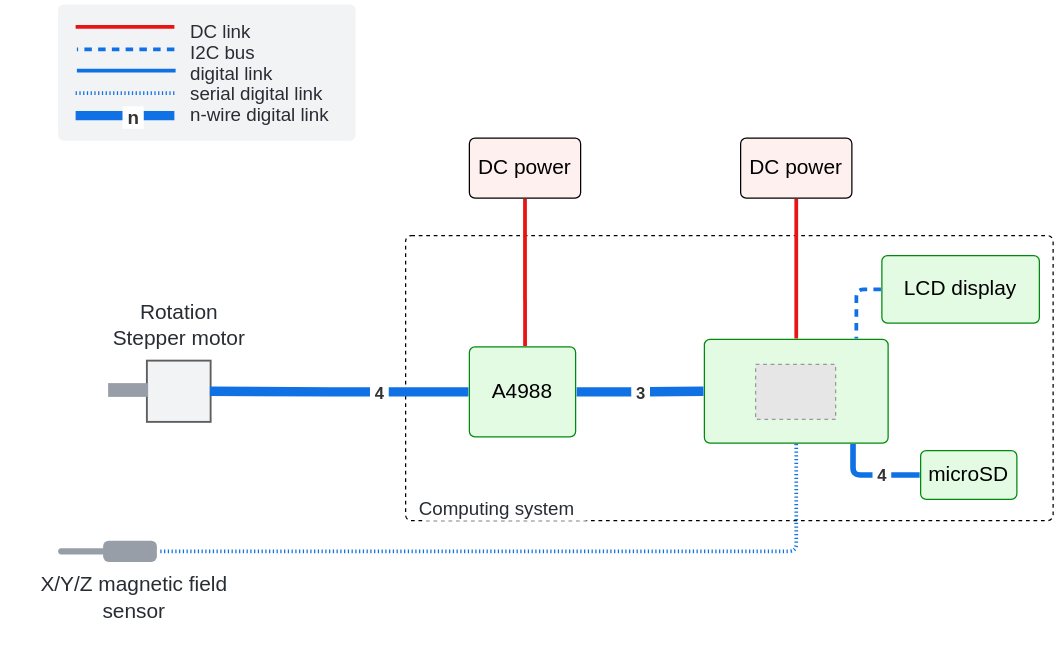
This is page "Synoptic" (3 of 3) of Diagrams/Rotor magnetic field measurement bench.drawio from cjlux/Banc-Mesure-Rotor, a draw.io file, before an edit. Source tidied: cells renumbered, new cells numbered last; positions are measured from the earlier drawing's top-left corner, leaving out a move shared by most shapes. Both pictures are drawn from the tidied source at 125%, with x=0, y=0 at pixel (21, 4). Pictures stored in the file or linked from it are replaced by grey dashed boxes.
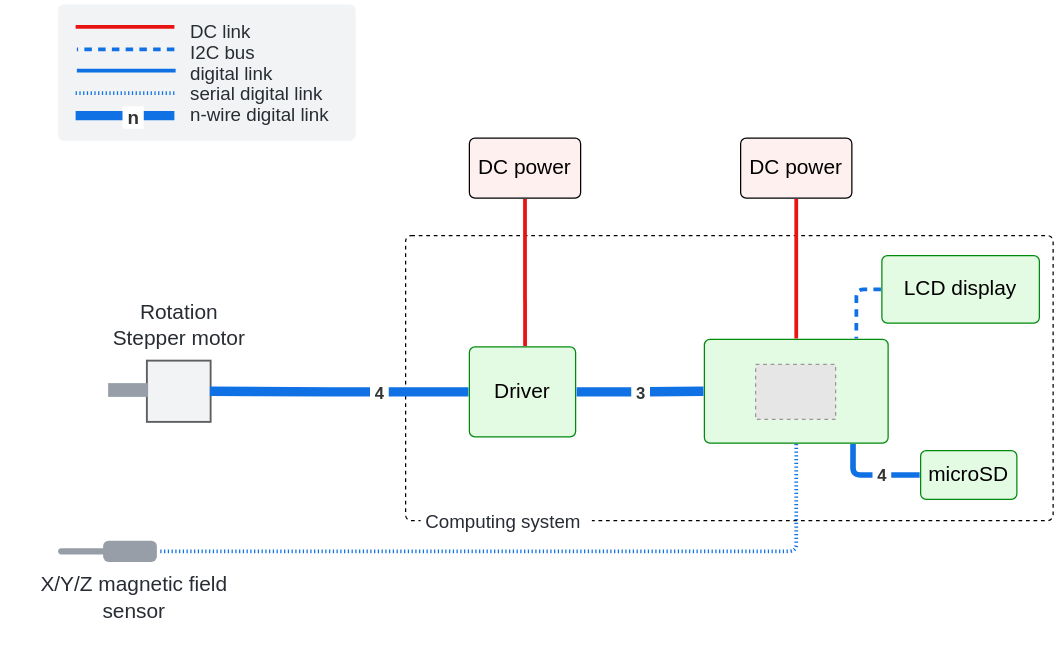
The same diagram, later.

Commit message:
Mettre à jour Rotor magnetic field measurement bench.drawio

What changed in the source:
```diff
@@
-    <mxCell id="6" value="A4988" style="html=1;overflow=block;blockSpacing=1;whiteSpace=wrap;fontSize=16.7;align=center;spacing=3.8;strokeColor=#008a0e;strokeOpacity=100;fillOpacity=100;rounded=1;absoluteArcSize=1;arcSize=9;fillColor=#e3fae3;strokeWidth=NaN;lucidId=tSICsN2mwRZC;" parent="1" vertex="1">
+    <mxCell id="6" value="Driver" style="html=1;overflow=block;blockSpacing=1;whiteSpace=wrap;fontSize=16.7;align=center;spacing=3.8;strokeColor=#008a0e;strokeOpacity=100;fillOpacity=100;rounded=1;absoluteArcSize=1;arcSize=9;fillColor=#e3fae3;strokeWidth=NaN;lucidId=tSICsN2mwRZC;" parent="1" vertex="1">
       <mxGeometry x="358" y="274" width="85" height="72" as="geometry" />
     </mxCell>
@@
-    <mxCell id="28" value="Computing system" style="html=1;overflow=block;blockSpacing=1;whiteSpace=wrap;fontSize=15;fontColor=#282c33;align=left;spacing=0;verticalAlign=top;strokeColor=none;strokeOpacity=100;fillOpacity=100;rounded=1;absoluteArcSize=1;arcSize=9;fillColor=#ffffff;strokeWidth=1.5;lucidId=7gJCHd.mq3Zo;" parent="1" vertex="1">
-      <mxGeometry x="318" y="395" width="137" height="18" as="geometry" />
+    <mxCell id="28" value="&amp;nbsp;Computing system" style="html=1;overflow=block;blockSpacing=1;whiteSpace=wrap;fontSize=15;fontColor=#282c33;align=left;spacing=0;verticalAlign=top;strokeColor=none;strokeOpacity=100;fillOpacity=100;rounded=1;absoluteArcSize=1;arcSize=9;fillColor=#ffffff;strokeWidth=1.5;lucidId=7gJCHd.mq3Zo;" parent="1" vertex="1">
+      <mxGeometry x="319" y="405" width="137" height="18" as="geometry" />
     </mxCell>
```
